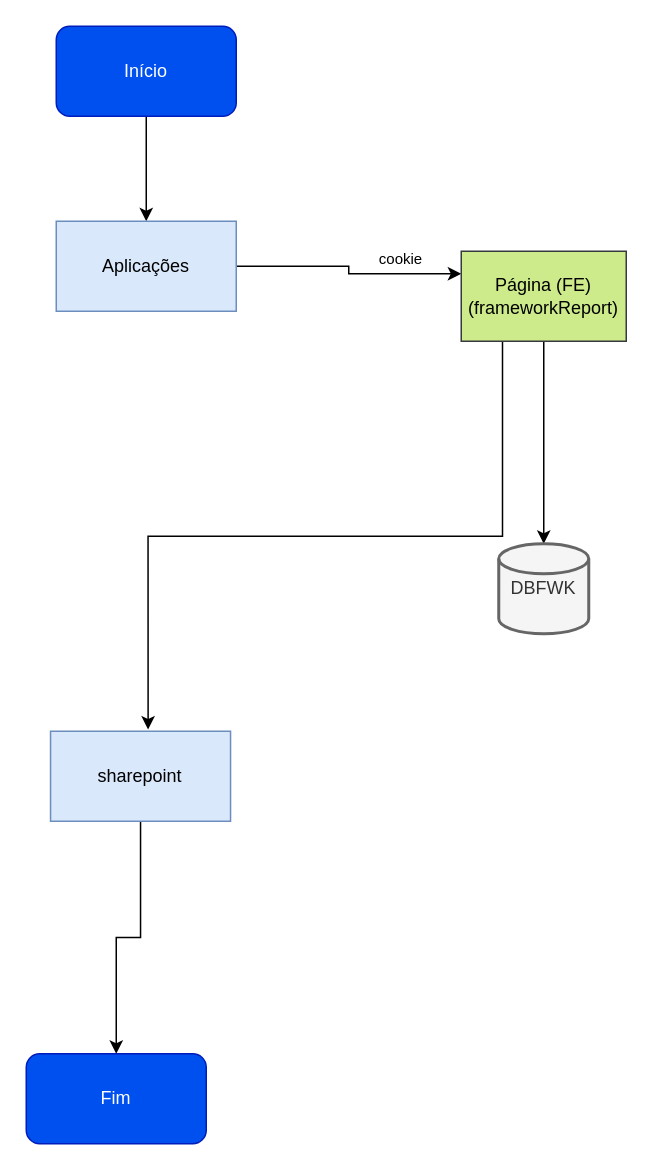
Earlier version of the draw.io diagram page "Visualizar ficheiros" (2 of 3) of Diagrama sem nome.drawio (deviniciuss/AndroidHistory). Source tidied: cells renumbered, new cells numbered last; positions are measured from the earlier drawing's top-left corner, leaving out a move shared by most shapes. Both pictures are drawn from the tidied source at 150%, with x=0, y=0 at pixel (26, 26).
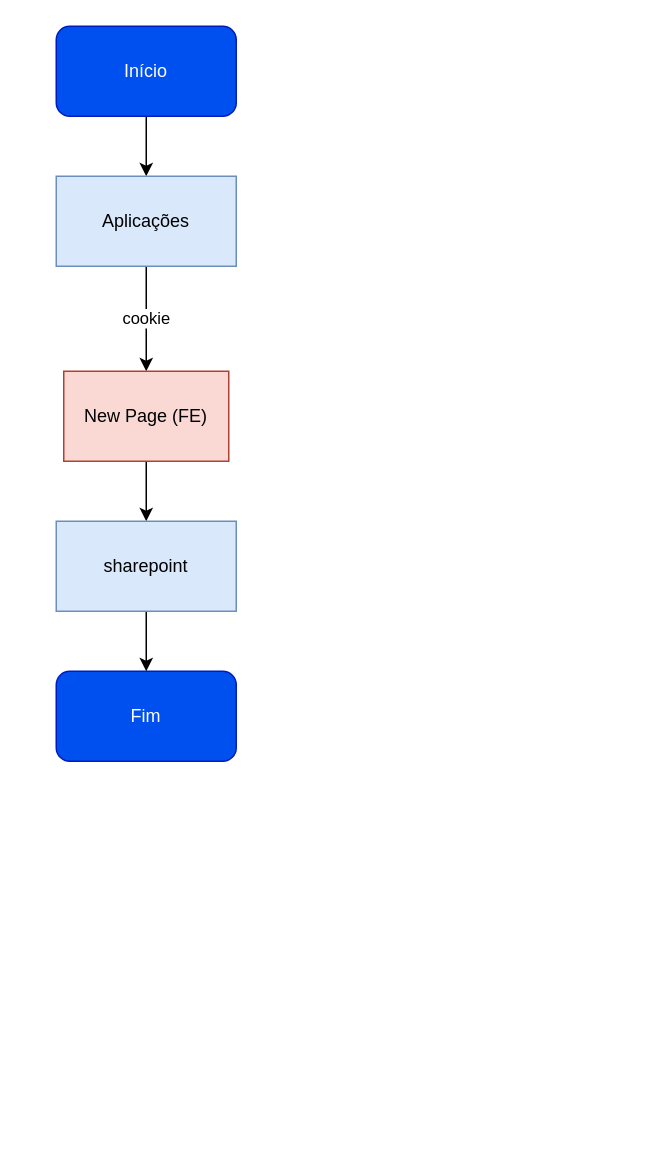
After the change.

The edit, as a diff of the source:
```diff
@@
 <mxGraphModel>
   <root>
     <mxCell id="0" />
     <mxCell id="1" parent="0" />
     <mxCell id="2" style="edgeStyle=orthogonalEdgeStyle;rounded=0;jettySize=auto;html=1;" parent="1" edge="1" source="3" target="5">
       <mxGeometry relative="1" as="geometry" />
     </mxCell>
     <mxCell id="3" value="Início" style="rounded=1;whiteSpace=wrap;html=1;fillColor=#0050ef;fontColor=#ffffff;strokeColor=#001DBC;" parent="1" vertex="1">
       <mxGeometry x="20" width="120" height="60" as="geometry" />
     </mxCell>
-    <mxCell id="4" style="edgeStyle=orthogonalEdgeStyle;rounded=0;jettySize=auto;html=1;exitX=1;exitY=0.5;exitDx=0;exitDy=0;entryX=0;entryY=0.25;entryDx=0;entryDy=0;" parent="1" edge="1" source="5" target="8">
-      <mxGeometry relative="1" as="geometry" />
-    </mxCell>
+    <mxCell id="9" value="cookie" style="edgeStyle=orthogonalEdgeStyle;rounded=0;jettySize=auto;html=1;exitX=0.5;exitY=1;exitDx=0;exitDy=0;entryX=0.5;entryY=0;entryDx=0;entryDy=0;" parent="1" edge="1" source="5" target="8">
+      <mxGeometry relative="1" as="geometry" />
+    </mxCell>
     <mxCell id="5" value="Aplicações&lt;br&gt;" style="rounded=0;whiteSpace=wrap;html=1;fillColor=#dae8fc;strokeColor=#6c8ebf;" parent="1" vertex="1">
-      <mxGeometry x="20" y="130" width="120" height="60" as="geometry" />
+      <mxGeometry x="20" y="100" width="120" height="60" as="geometry" />
     </mxCell>
-    <mxCell id="6" style="edgeStyle=orthogonalEdgeStyle;rounded=0;jettySize=auto;html=1;exitX=0.25;exitY=1;exitDx=0;exitDy=0;entryX=0.542;entryY=-0.019;entryDx=0;entryDy=0;entryPerimeter=0;" parent="1" edge="1" source="8" target="13">
+    <mxCell id="6" style="edgeStyle=orthogonalEdgeStyle;rounded=0;jettySize=auto;html=1;exitX=0.5;exitY=1;exitDx=0;exitDy=0;entryX=0.5;entryY=0;entryDx=0;entryDy=0;" parent="1" edge="1" source="8" target="13">
       <mxGeometry relative="1" as="geometry" />
     </mxCell>
-    <mxCell id="7" style="edgeStyle=orthogonalEdgeStyle;rounded=0;jettySize=auto;html=1;entryX=0.5;entryY=0;entryDx=0;entryDy=0;entryPerimeter=0;" parent="1" edge="1" source="8" target="10">
-      <mxGeometry relative="1" as="geometry" />
-    </mxCell>
-    <mxCell id="8" value="Página (FE)&lt;br&gt;(frameworkReport)" style="rounded=0;whiteSpace=wrap;html=1;fillColor=#cdeb8b;strokeColor=#36393d;" parent="1" vertex="1">
-      <mxGeometry x="290" y="150" width="110" height="60" as="geometry" />
+    <mxCell id="8" value="New Page (FE)" style="rounded=0;whiteSpace=wrap;html=1;fillColor=#fad9d5;strokeColor=#ae4132;" parent="1" vertex="1">
+      <mxGeometry x="25" y="230" width="110" height="60" as="geometry" />
     </mxCell>
-    <mxCell id="9" value="&lt;font style=&quot;font-size: 10px;&quot;&gt;cookie&lt;/font&gt;" style="text;html=1;strokeColor=none;fillColor=none;align=center;verticalAlign=middle;whiteSpace=wrap;rounded=0;" parent="1" vertex="1">
-      <mxGeometry x="220" y="140" width="60" height="30" as="geometry" />
-    </mxCell>
-    <mxCell id="10" value="DBFWK" style="strokeWidth=2;html=1;shape=mxgraph.flowchart.database;whiteSpace=wrap;fillColor=#f5f5f5;fontColor=#333333;strokeColor=#666666;" parent="1" vertex="1">
-      <mxGeometry x="315" y="345" width="60" height="60" as="geometry" />
-    </mxCell>
     <mxCell id="11" value="Fim&lt;br&gt;" style="rounded=1;whiteSpace=wrap;html=1;fillColor=#0050ef;fontColor=#ffffff;strokeColor=#001DBC;" parent="1" vertex="1">
-      <mxGeometry y="685" width="120" height="60" as="geometry" />
+      <mxGeometry x="20" y="430" width="120" height="60" as="geometry" />
     </mxCell>
     <mxCell id="12" style="edgeStyle=orthogonalEdgeStyle;rounded=0;jettySize=auto;html=1;exitX=0.5;exitY=1;exitDx=0;exitDy=0;" parent="1" edge="1" source="13" target="11">
       <mxGeometry relative="1" as="geometry" />
     </mxCell>
     <mxCell id="13" value="sharepoint" style="rounded=0;whiteSpace=wrap;html=1;fillColor=#dae8fc;strokeColor=#6c8ebf;" parent="1" vertex="1">
-      <mxGeometry x="16.2" y="470" width="120" height="60" as="geometry" />
+      <mxGeometry x="20" y="330" width="120" height="60" as="geometry" />
     </mxCell>
   </root>
 </mxGraphModel>
```
